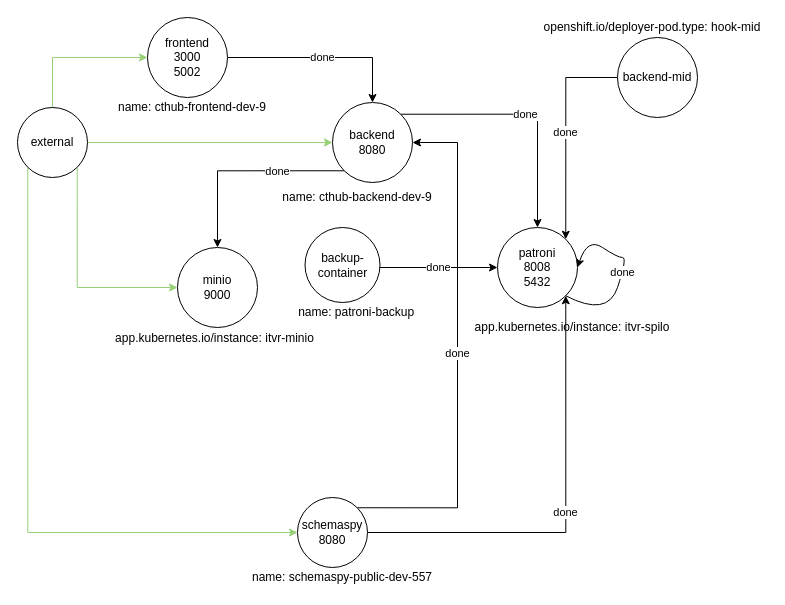
Before: openshift/templates/knp/knp-diagram.drawio in bcgov/itvr, a draw.io diagram. Source tidied: cells renumbered, new cells numbered last; positions are measured from the earlier drawing's top-left corner, leaving out a move shared by most shapes. Both pictures are drawn from the tidied source at 100%, with x=0, y=0 at pixel (17, 17).
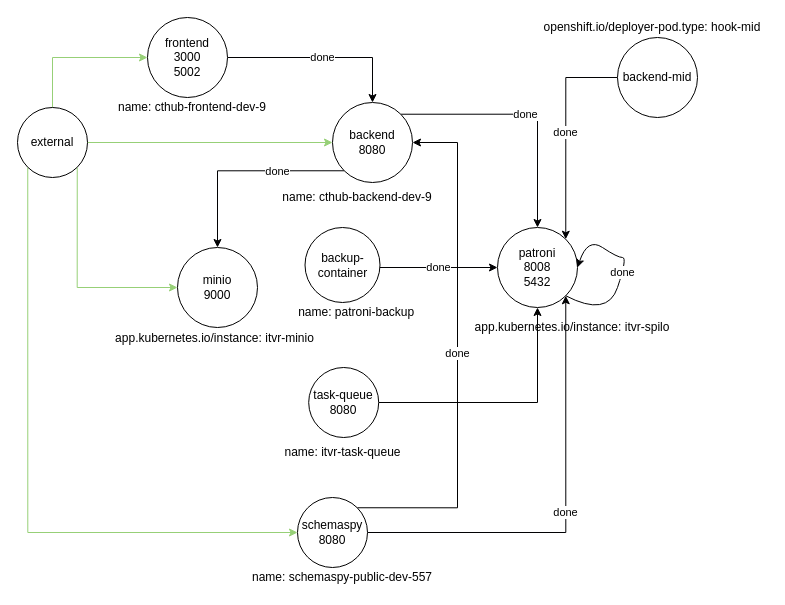
Above is the later version.

Unchanged cells that the change refers to:
```xml
<mxCell id="8" value="patroni&lt;br&gt;8008&lt;br&gt;5432" style="ellipse;whiteSpace=wrap;html=1;" parent="1" vertex="1">
  <mxGeometry x="480" y="210" width="80" height="80" as="geometry" />
</mxCell>
```

The edit, as a diff of the source:
```diff
@@
+    <mxCell id="30" style="edgeStyle=orthogonalEdgeStyle;rounded=0;jettySize=auto;html=1;entryX=0.5;entryY=1;entryDx=0;entryDy=0;" parent="1" edge="1" source="31" target="8">
+      <mxGeometry relative="1" as="geometry" />
+    </mxCell>
+    <mxCell id="31" value="task-queue&lt;br&gt;8080" style="ellipse;whiteSpace=wrap;html=1;" parent="1" vertex="1">
+      <mxGeometry x="291.2" y="350" width="70" height="70" as="geometry" />
+    </mxCell>
+    <mxCell id="32" value="name:&amp;nbsp;itvr-task-queue" style="text;html=1;strokeColor=none;fillColor=none;align=center;verticalAlign=middle;whiteSpace=wrap;rounded=0;" parent="1" vertex="1">
+      <mxGeometry x="263.8" y="420" width="122.5" height="30" as="geometry" />
+    </mxCell>
```
